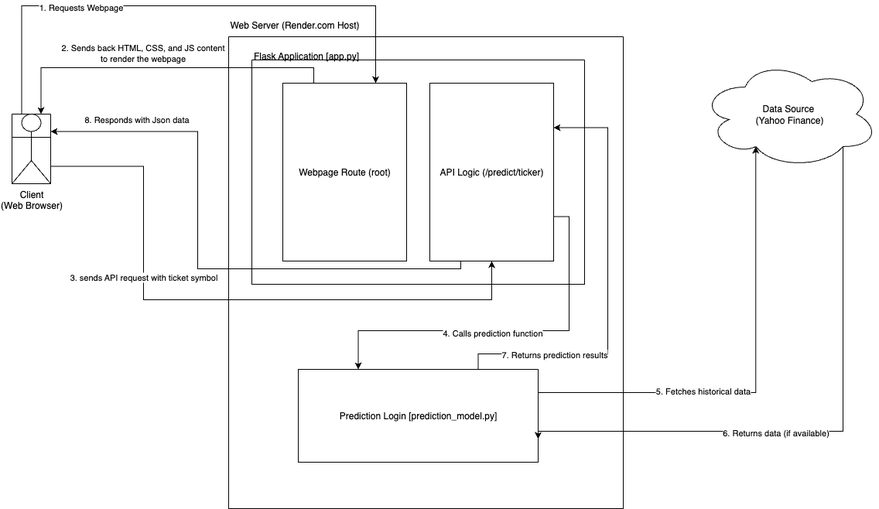
Above: imgs/stock-market-predictor-arch.png in lc2410/stock-market-predictor (draw.io), before the change. Source tidied: cells renumbered, new cells last; positions are measured from the earlier drawing's top-left corner, leaving out a move shared by most shapes.
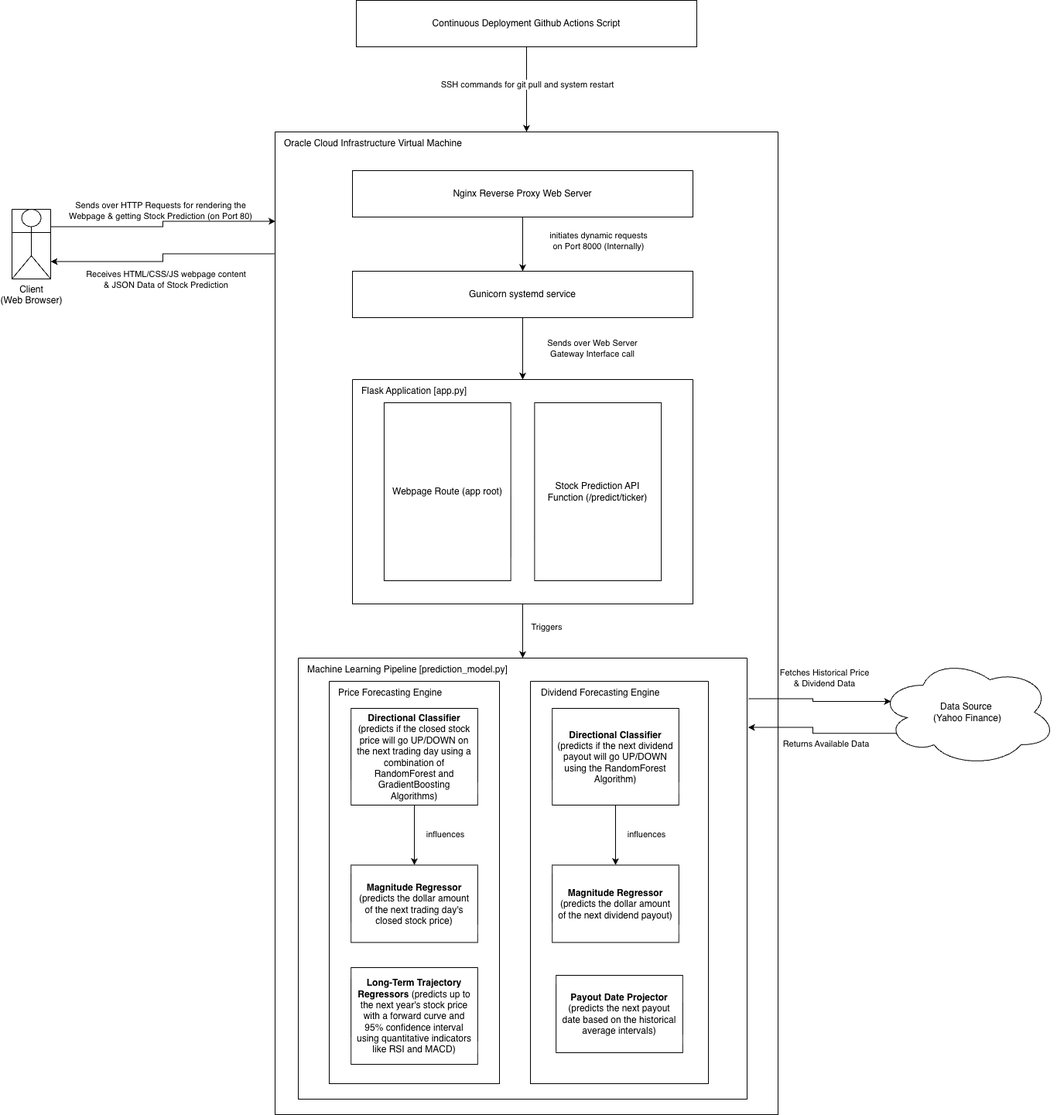
The same file after the commit.

The edit, as a diff of the source:
```diff
@@ -3,125 +3,142 @@
     <mxCell id="0" />
     <mxCell id="1" parent="0" />
     <mxCell id="2" style="swimlane;startSize=0;" parent="1" vertex="1">
-      <mxGeometry x="280" y="40" width="510" height="610" as="geometry" />
+      <mxGeometry x="280" y="40" width="650" height="1270" as="geometry" />
     </mxCell>
+    <mxCell id="28" value="Sends over Web Server &lt;br&gt;Gateway Interface call" style="edgeStyle=orthogonalEdgeStyle;rounded=0;jettySize=auto;html=1;exitX=0.5;exitY=1;exitDx=0;exitDy=0;entryX=0.5;entryY=0;entryDx=0;entryDy=0;fillColor=none;" parent="2" edge="1" source="33" target="3">
+      <mxGeometry y="90" relative="1" as="geometry" />
+    </mxCell>
+    <mxCell id="29" style="group;" parent="2" vertex="1">
+      <mxGeometry x="100" y="290" width="440" height="320" as="geometry" />
+    </mxCell>
-    <mxCell id="3" style="swimlane;startSize=0;" parent="2" vertex="1">
-      <mxGeometry x="30" y="30" width="430" height="290" as="geometry" />
+    <mxCell id="3" style="swimlane;startSize=0;" parent="29" vertex="1">
+      <mxGeometry y="30" width="440" height="290" as="geometry" />
     </mxCell>
-    <mxCell id="4" value="Webpage Route (root)" style="rounded=0;whiteSpace=wrap;html=1;" parent="3" vertex="1">
-      <mxGeometry x="40" y="30" width="160" height="230" as="geometry" />
+    <mxCell id="4" value="Webpage Route (app root)" style="rounded=0;whiteSpace=wrap;html=1;" parent="3" vertex="1">
+      <mxGeometry x="40.9" y="30" width="163.7" height="230" as="geometry" />
     </mxCell>
-    <mxCell id="5" value="API Logic (/predict/ticker)" style="rounded=0;whiteSpace=wrap;html=1;" parent="3" vertex="1">
-      <mxGeometry x="230" y="30" width="160" height="230" as="geometry" />
+    <mxCell id="5" value="Stock &lt;span&gt;Prediction&lt;/span&gt; API Function&amp;nbsp;(/predict/ticker)" style="rounded=0;whiteSpace=wrap;html=1;" parent="3" vertex="1">
+      <mxGeometry x="235.3" y="30" width="163.7" height="230" as="geometry" />
     </mxCell>
-    <mxCell id="6" value="Flask Application [app.py]" style="text;html=1;align=center;verticalAlign=middle;strokeColor=none;fillColor=none;" parent="2" vertex="1">
-      <mxGeometry x="20" y="10" width="160" height="30" as="geometry" />
+    <mxCell id="6" value="Flask Application [app.py]" style="text;html=1;align=left;verticalAlign=middle;strokeColor=none;fillColor=none;" parent="3" vertex="1">
+      <mxGeometry x="10" width="160" height="30" as="geometry" />
     </mxCell>
-    <mxCell id="7" style="edgeStyle=orthogonalEdgeStyle;rounded=0;jettySize=auto;html=1;exitX=0.75;exitY=0;exitDx=0;exitDy=0;entryX=1;entryY=0.25;entryDx=0;entryDy=0;" parent="2" edge="1" source="9" target="5">
-      <mxGeometry relative="1" as="geometry">
-        <Array as="points">
-          <mxPoint x="323" y="410" />
-          <mxPoint x="490" y="410" />
-          <mxPoint x="490" y="117" />
-        </Array>
-      </mxGeometry>
-    </mxCell>
-    <mxCell id="8" value="7. Returns prediction results" style="edgeLabel;html=1;align=center;verticalAlign=middle;" parent="7" vertex="1">
-      <mxGeometry x="-0.1" y="2" relative="1" as="geometry">
-        <mxPoint x="-68" y="61" as="offset" />
-      </mxGeometry>
-    </mxCell>
-    <mxCell id="9" value="Prediction Login [prediction_model.py]" style="rounded=0;whiteSpace=wrap;html=1;" parent="2" vertex="1">
-      <mxGeometry x="90" y="430" width="310" height="120" as="geometry" />
-    </mxCell>
-    <mxCell id="10" style="edgeStyle=orthogonalEdgeStyle;rounded=0;jettySize=auto;html=1;exitX=1;exitY=0.75;exitDx=0;exitDy=0;entryX=0.25;entryY=0;entryDx=0;entryDy=0;" parent="2" edge="1" source="5" target="9">
-      <mxGeometry relative="1" as="geometry">
-        <Array as="points">
-          <mxPoint x="440" y="232" />
-          <mxPoint x="440" y="380" />
-          <mxPoint x="168" y="380" />
-        </Array>
-      </mxGeometry>
-    </mxCell>
-    <mxCell id="11" value="4. Calls prediction function" style="edgeLabel;html=1;align=center;verticalAlign=middle;" parent="10" vertex="1">
-      <mxGeometry x="0.09" y="2" relative="1" as="geometry">
-        <mxPoint x="1" as="offset" />
-      </mxGeometry>
-    </mxCell>
+    <mxCell id="30" style="edgeStyle=orthogonalEdgeStyle;rounded=0;jettySize=auto;html=1;exitX=0.5;exitY=1;exitDx=0;exitDy=0;entryX=0.5;entryY=0;entryDx=0;entryDy=0;" parent="2" edge="1" source="32" target="33">
+      <mxGeometry relative="1" as="geometry" />
+    </mxCell>
+    <mxCell id="31" value="initiates dynamic requests&lt;br&gt;on Port 8000 (Internally)" style="edgeLabel;html=1;align=center;verticalAlign=middle;labelBackgroundColor=none;" parent="30" vertex="1">
+      <mxGeometry x="-0.07" y="-1" relative="1" as="geometry">
+        <mxPoint x="98" y="-2" as="offset" />
+      </mxGeometry>
+    </mxCell>
+    <mxCell id="32" value="Nginx Reverse Proxy Web Server" style="rounded=0;whiteSpace=wrap;html=1;" parent="2" vertex="1">
+      <mxGeometry x="100" y="50" width="440" height="60" as="geometry" />
+    </mxCell>
+    <mxCell id="33" value="Gunicorn systemd service" style="rounded=0;whiteSpace=wrap;html=1;" parent="2" vertex="1">
+      <mxGeometry x="100" y="180" width="440" height="60" as="geometry" />
+    </mxCell>
-    <mxCell id="12" value="Web Server (Render.com Host)" style="text;html=1;align=center;verticalAlign=middle;strokeColor=none;fillColor=none;" parent="1" vertex="1">
-      <mxGeometry x="270" y="10" width="190" height="30" as="geometry" />
+    <mxCell id="12" value="Oracle Cloud Infrastructure Virtual Machine" style="text;html=1;align=left;verticalAlign=middle;strokeColor=none;fillColor=none;" parent="2" vertex="1">
+      <mxGeometry x="10" width="250" height="30" as="geometry" />
     </mxCell>
-    <mxCell id="13" style="edgeStyle=orthogonalEdgeStyle;rounded=0;jettySize=auto;html=1;exitX=0.8;exitY=0.8;exitDx=0;exitDy=0;exitPerimeter=0;entryX=1;entryY=0.75;entryDx=0;entryDy=0;" parent="1" edge="1" source="15" target="9">
-      <mxGeometry relative="1" as="geometry">
-        <Array as="points">
-          <mxPoint x="1074" y="550" />
-        </Array>
-      </mxGeometry>
-    </mxCell>
-    <mxCell id="14" value="6. Returns data (if available)" style="edgeLabel;html=1;align=center;verticalAlign=middle;" parent="13" vertex="1">
-      <mxGeometry x="0.18" y="1" relative="1" as="geometry" />
-    </mxCell>
     <mxCell id="15" value="Data Source&amp;nbsp;&lt;div&gt;(Yahoo Finance)&lt;/div&gt;" style="ellipse;shape=cloud;whiteSpace=wrap;html=1;" parent="1" vertex="1">
-      <mxGeometry x="890" y="70" width="230" height="140" as="geometry" />
+      <mxGeometry x="1060" y="720" width="230" height="140" as="geometry" />
     </mxCell>
-    <mxCell id="16" style="edgeStyle=orthogonalEdgeStyle;rounded=0;jettySize=auto;html=1;exitX=0.25;exitY=0;exitDx=0;exitDy=0;entryX=0.75;entryY=0;entryDx=0;entryDy=0;" parent="1" edge="1" source="20" target="4">
-      <mxGeometry relative="1" as="geometry">
-        <Array as="points">
-          <mxPoint x="12" />
-          <mxPoint x="470" />
-        </Array>
-      </mxGeometry>
-    </mxCell>
-    <mxCell id="17" value="1. Requests Webpage" style="edgeLabel;html=1;align=center;verticalAlign=middle;" parent="16" vertex="1">
-      <mxGeometry x="-0.38" y="-1" relative="1" as="geometry" />
-    </mxCell>
-    <mxCell id="18" style="edgeStyle=orthogonalEdgeStyle;rounded=0;jettySize=auto;html=1;exitX=1;exitY=0.75;exitDx=0;exitDy=0;entryX=0.5;entryY=1;entryDx=0;entryDy=0;" parent="1" edge="1" source="20" target="5">
-      <mxGeometry relative="1" as="geometry">
-        <Array as="points">
-          <mxPoint x="170" y="208" />
-          <mxPoint x="170" y="380" />
-          <mxPoint x="620" y="380" />
-        </Array>
-      </mxGeometry>
-    </mxCell>
-    <mxCell id="19" value="3. sends API request with ticket symbol" style="edgeLabel;html=1;align=center;verticalAlign=middle;" parent="18" vertex="1">
-      <mxGeometry x="-0.34" y="-1" relative="1" as="geometry" />
-    </mxCell>
     <mxCell id="20" style="swimlane;startSize=0;" parent="1" vertex="1">
-      <mxGeometry y="140" width="50" height="90" as="geometry" />
+      <mxGeometry x="-60" y="140" width="50" height="90" as="geometry" />
     </mxCell>
     <mxCell id="21" value="Client&lt;div&gt;(Web Browser)&lt;/div&gt;" style="shape=umlActor;verticalLabelPosition=bottom;verticalAlign=top;html=1;" parent="20" vertex="1">
       <mxGeometry width="50" height="90" as="geometry" />
     </mxCell>
-    <mxCell id="22" style="edgeStyle=orthogonalEdgeStyle;rounded=0;jettySize=auto;html=1;exitX=0.25;exitY=0;exitDx=0;exitDy=0;entryX=0.75;entryY=0;entryDx=0;entryDy=0;" parent="1" edge="1" source="4" target="20">
-      <mxGeometry relative="1" as="geometry" />
-    </mxCell>
-    <mxCell id="23" value="2. Sends back HTML, CSS, and JS content&lt;br&gt;to render the webpage" style="edgeLabel;html=1;align=center;verticalAlign=middle;" parent="22" vertex="1">
-      <mxGeometry x="0.35" y="3" relative="1" as="geometry">
-        <mxPoint x="50" y="-23" as="offset" />
-      </mxGeometry>
-    </mxCell>
-    <mxCell id="24" style="edgeStyle=orthogonalEdgeStyle;rounded=0;jettySize=auto;html=1;exitX=0.25;exitY=1;exitDx=0;exitDy=0;entryX=1;entryY=0.25;entryDx=0;entryDy=0;" parent="1" edge="1" source="5" target="20">
-      <mxGeometry relative="1" as="geometry">
-        <Array as="points">
-          <mxPoint x="580" y="340" />
-          <mxPoint x="240" y="340" />
-          <mxPoint x="240" y="162" />
-        </Array>
-      </mxGeometry>
-    </mxCell>
-    <mxCell id="25" value="8. Responds with Json data" style="edgeLabel;html=1;align=center;verticalAlign=middle;" parent="24" vertex="1">
-      <mxGeometry x="0.29" y="5" relative="1" as="geometry">
-        <mxPoint x="-75" y="-80" as="offset" />
-      </mxGeometry>
-    </mxCell>
-    <mxCell id="26" style="edgeStyle=orthogonalEdgeStyle;rounded=0;jettySize=auto;html=1;exitX=1;exitY=0.25;exitDx=0;exitDy=0;entryX=0.31;entryY=0.8;entryDx=0;entryDy=0;entryPerimeter=0;" parent="1" edge="1" source="9" target="15">
-      <mxGeometry relative="1" as="geometry" />
-    </mxCell>
-    <mxCell id="27" value="5. Fetches historical data" style="edgeLabel;html=1;align=center;verticalAlign=middle;" parent="26" vertex="1">
-      <mxGeometry x="-0.3" y="3" relative="1" as="geometry">
-        <mxPoint x="1" as="offset" />
-      </mxGeometry>
-    </mxCell>
+    <mxCell id="34" style="edgeStyle=orthogonalEdgeStyle;rounded=0;jettySize=auto;html=1;exitX=0.5;exitY=1;exitDx=0;exitDy=0;entryX=0.5;entryY=0;entryDx=0;entryDy=0;" parent="1" edge="1" source="36" target="2">
+      <mxGeometry relative="1" as="geometry" />
+    </mxCell>
+    <mxCell id="35" value="SSH commands for git pull and system restart" style="edgeLabel;html=1;align=center;verticalAlign=middle;" parent="34" vertex="1">
+      <mxGeometry x="-0.12" relative="1" as="geometry" />
+    </mxCell>
+    <mxCell id="36" value="Continuous Deployment Github Actions Script" style="rounded=0;whiteSpace=wrap;html=1;" parent="1" vertex="1">
+      <mxGeometry x="385" y="-130" width="440" height="60" as="geometry" />
+    </mxCell>
+    <mxCell id="37" style="edgeStyle=orthogonalEdgeStyle;rounded=0;jettySize=auto;html=1;exitX=1;exitY=0.25;exitDx=0;exitDy=0;entryX=0.001;entryY=0.091;entryDx=0;entryDy=0;entryPerimeter=0;" parent="1" edge="1" source="20" target="2">
+      <mxGeometry relative="1" as="geometry" />
+    </mxCell>
+    <mxCell id="38" value="Sends over HTTP Requests for rendering the &lt;br&gt;Webpage &amp;amp; getting Stock Prediction (on Port 80)" style="edgeLabel;html=1;align=center;verticalAlign=middle;labelBackgroundColor=none;" parent="37" vertex="1">
+      <mxGeometry x="-0.1" relative="1" as="geometry">
+        <mxPoint x="7" y="-22" as="offset" />
+      </mxGeometry>
+    </mxCell>
+    <mxCell id="39" style="edgeStyle=orthogonalEdgeStyle;rounded=0;jettySize=auto;html=1;exitX=1;exitY=0.75;exitDx=0;exitDy=0;entryX=-0.001;entryY=0.124;entryDx=0;entryDy=0;entryPerimeter=0;startArrow=classic;startFill=1;endArrow=none;endFill=0;" parent="1" edge="1" source="20" target="2">
+      <mxGeometry relative="1" as="geometry" />
+    </mxCell>
+    <mxCell id="40" value="Receives HTML/CSS/JS webpage content &lt;br&gt;&amp;amp; JSON Data of Stock Prediction" style="edgeLabel;html=1;align=center;verticalAlign=middle;labelBackgroundColor=none;" parent="39" vertex="1">
+      <mxGeometry x="-0.18" relative="1" as="geometry">
+        <mxPoint x="26" y="22" as="offset" />
+      </mxGeometry>
+    </mxCell>
+    <mxCell id="41" style="edgeStyle=orthogonalEdgeStyle;rounded=0;jettySize=auto;html=1;exitX=0.5;exitY=1;exitDx=0;exitDy=0;entryX=0.5;entryY=0;entryDx=0;entryDy=0;" parent="1" edge="1" source="3" target="45">
+      <mxGeometry relative="1" as="geometry" />
+    </mxCell>
+    <mxCell id="42" value="Triggers" style="edgeLabel;html=1;align=center;verticalAlign=middle;labelBackgroundColor=none;" parent="41" vertex="1">
+      <mxGeometry x="-0.19" y="3" relative="1" as="geometry">
+        <mxPoint x="27" y="1" as="offset" />
+      </mxGeometry>
+    </mxCell>
+    <mxCell id="43" style="edgeStyle=orthogonalEdgeStyle;rounded=0;jettySize=auto;html=1;exitX=1.003;exitY=0.092;exitDx=0;exitDy=0;entryX=0.07;entryY=0.4;entryDx=0;entryDy=0;entryPerimeter=0;exitPerimeter=0;" parent="1" edge="1" source="45" target="15">
+      <mxGeometry relative="1" as="geometry" />
+    </mxCell>
+    <mxCell id="44" value="Fetches Historical Price &lt;br&gt;&amp;amp; Dividend Data" style="edgeLabel;html=1;align=center;verticalAlign=middle;labelBackgroundColor=none;" parent="43" vertex="1">
+      <mxGeometry x="-0.11" y="-3" relative="1" as="geometry">
+        <mxPoint x="17" y="-28" as="offset" />
+      </mxGeometry>
+    </mxCell>
+    <mxCell id="45" style="swimlane;startSize=0;" parent="1" vertex="1">
+      <mxGeometry x="310" y="720" width="580" height="570" as="geometry" />
+    </mxCell>
+    <mxCell id="46" style="swimlane;startSize=0;" parent="45" vertex="1">
+      <mxGeometry x="40" y="30" width="220" height="520" as="geometry" />
+    </mxCell>
+    <mxCell id="47" value="influences" style="edgeStyle=orthogonalEdgeStyle;rounded=0;jettySize=auto;html=1;exitX=0.5;exitY=1;exitDx=0;exitDy=0;entryX=0.5;entryY=0;entryDx=0;entryDy=0;" parent="46" edge="1" source="48" target="49">
+      <mxGeometry y="40" relative="1" as="geometry" />
+    </mxCell>
+    <mxCell id="48" value="&lt;b&gt;Directional Classifier&lt;/b&gt; (predicts if the closed stock price will go UP/DOWN on the next trading day using a combination of RandomForest and GradientBoosting Algorithms)" style="rounded=0;whiteSpace=wrap;html=1;spacingLeft=5;spacingRight=5;spacingTop=5;spacingBottom=5;" parent="46" vertex="1">
+      <mxGeometry x="28.1" y="35" width="163.7" height="125" as="geometry" />
+    </mxCell>
+    <mxCell id="49" value="&lt;b&gt;Magnitude Regressor&lt;/b&gt; (predicts the dollar amount of the next trading day's closed stock price)" style="rounded=0;whiteSpace=wrap;html=1;spacingLeft=5;spacingRight=5;" parent="46" vertex="1">
+      <mxGeometry x="28.1" y="237.5" width="163.7" height="100" as="geometry" />
+    </mxCell>
+    <mxCell id="50" value="&lt;b&gt;Long-Term Trajectory Regressors&lt;/b&gt; (predicts up to the next year's stock price with a forward curve and 95% confidence interval using quantitative indicators like RSI and MACD)" style="rounded=0;whiteSpace=wrap;html=1;spacingLeft=5;spacingRight=5;spacingTop=5;spacingBottom=5;" parent="46" vertex="1">
+      <mxGeometry x="28.1" y="370" width="163.7" height="125" as="geometry" />
+    </mxCell>
+    <mxCell id="51" value="Price Forecasting Engine" style="text;html=1;align=left;verticalAlign=middle;strokeColor=none;fillColor=none;" parent="46" vertex="1">
+      <mxGeometry x="10" width="160" height="30" as="geometry" />
+    </mxCell>
+    <mxCell id="52" style="swimlane;startSize=0;" parent="45" vertex="1">
+      <mxGeometry x="300" y="30" width="230" height="520" as="geometry" />
+    </mxCell>
+    <mxCell id="53" value="influences" style="edgeStyle=orthogonalEdgeStyle;rounded=0;jettySize=auto;html=1;exitX=0.5;exitY=1;exitDx=0;exitDy=0;entryX=0.5;entryY=0;entryDx=0;entryDy=0;" parent="52" edge="1" source="54" target="55">
+      <mxGeometry y="40" relative="1" as="geometry" />
+    </mxCell>
+    <mxCell id="54" value="&lt;b&gt;Directional Classifier&lt;/b&gt; (predicts if the next dividend payout will go UP/DOWN using the RandomForest Algorithm)" style="rounded=0;whiteSpace=wrap;html=1;spacingLeft=5;spacingRight=5;spacingTop=5;spacingBottom=5;" parent="52" vertex="1">
+      <mxGeometry x="28.1" y="35" width="163.7" height="125" as="geometry" />
+    </mxCell>
+    <mxCell id="55" value="&lt;b&gt;Magnitude Regressor&lt;/b&gt; (predicts the dollar amount of the next dividend payout)" style="rounded=0;whiteSpace=wrap;html=1;spacingLeft=5;spacingRight=5;" parent="52" vertex="1">
+      <mxGeometry x="28.1" y="237.5" width="163.7" height="100" as="geometry" />
+    </mxCell>
+    <mxCell id="56" value="&lt;b&gt;Payout Date Projector&lt;/b&gt; (predicts the next payout date based on the historical average intervals)" style="rounded=0;whiteSpace=wrap;html=1;spacingLeft=5;spacingRight=5;spacingTop=5;spacingBottom=5;" parent="52" vertex="1">
+      <mxGeometry x="33.1" y="380" width="163.7" height="100" as="geometry" />
+    </mxCell>
+    <mxCell id="57" value="Dividend Forecasting Engine" style="text;html=1;align=left;verticalAlign=middle;strokeColor=none;fillColor=none;" parent="52" vertex="1">
+      <mxGeometry x="11.9" width="180" height="30" as="geometry" />
+    </mxCell>
+    <mxCell id="58" value="Machine Learning Pipeline [prediction_model.py]" style="text;html=1;align=left;verticalAlign=middle;strokeColor=none;fillColor=none;" parent="1" vertex="1">
+      <mxGeometry x="320" y="720" width="280" height="30" as="geometry" />
+    </mxCell>
+    <mxCell id="59" style="edgeStyle=orthogonalEdgeStyle;rounded=0;jettySize=auto;html=1;exitX=0.1;exitY=0.694;exitDx=0;exitDy=0;exitPerimeter=0;entryX=1.002;entryY=0.157;entryDx=0;entryDy=0;entryPerimeter=0;" parent="1" edge="1" source="15" target="45">
+      <mxGeometry relative="1" as="geometry" />
+    </mxCell>
+    <mxCell id="60" value="&lt;span&gt;Returns Available Data&lt;/span&gt;" style="edgeLabel;html=1;align=center;verticalAlign=middle;labelBackgroundColor=none;" parent="59" vertex="1">
+      <mxGeometry x="-0.08" y="-1" relative="1" as="geometry">
+        <mxPoint y="14" as="offset" />
+      </mxGeometry>
+    </mxCell>
   </root>
 </mxGraphModel>
```
